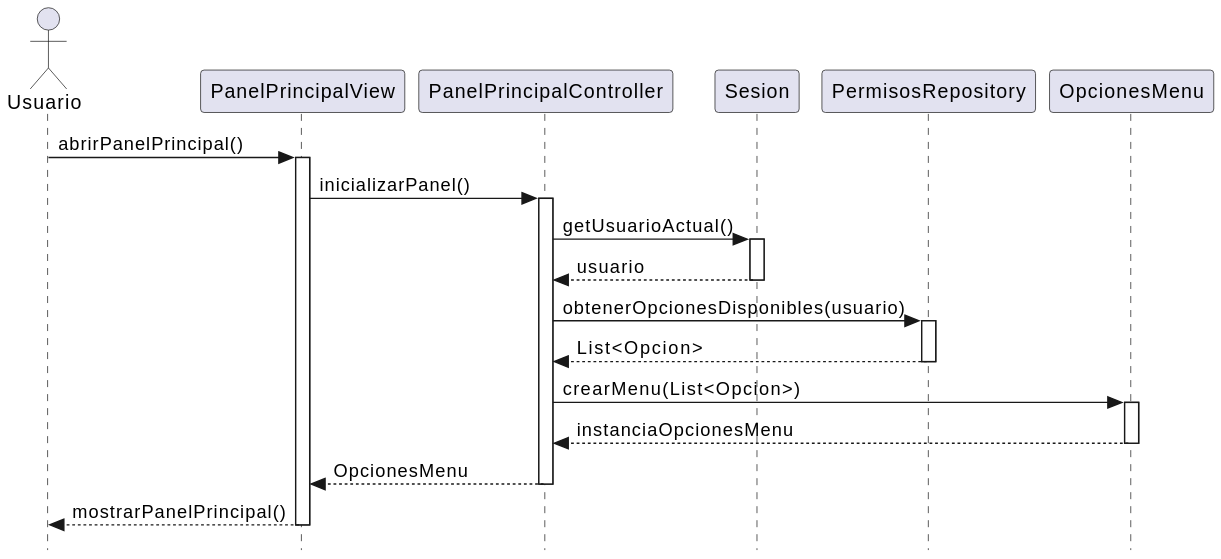
This is RUP/02-diseño/imagenes/abrirPanelPrincipal/abrirPanelPrincipal.svg from manuelmunoz8/25-26-idsw2-sdVC, a PlantUML export, as it was before one commit.
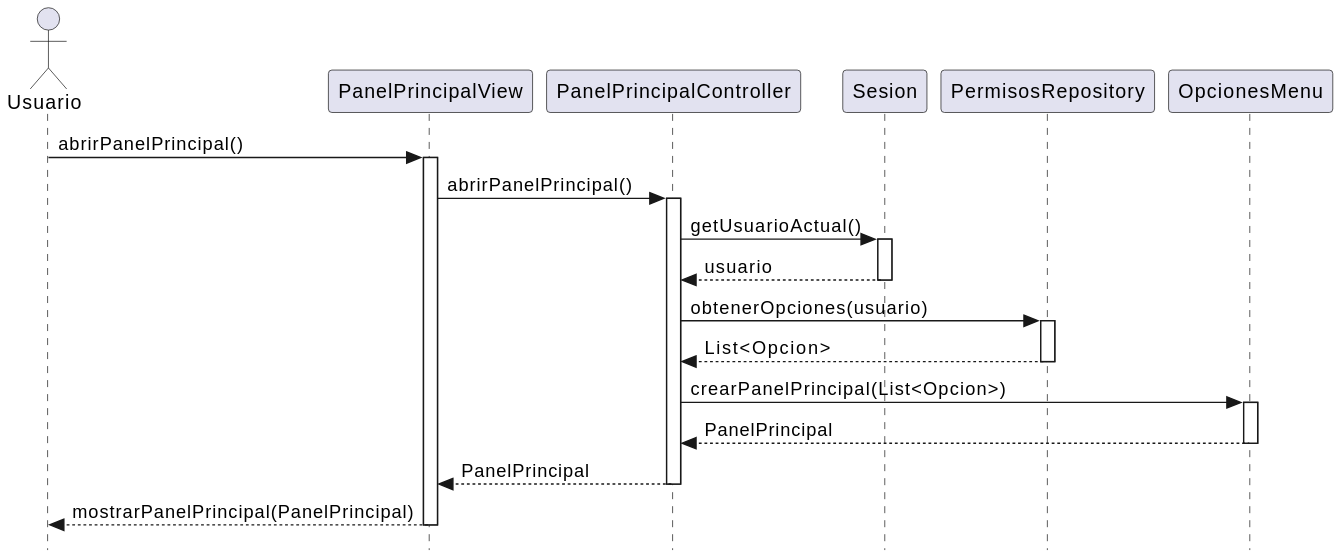
After the commit.

Diff of the diagram source:
```diff
@@ -10,22 +10,22 @@
 
 user -> view : abrirPanelPrincipal()
 activate view
-view -> controller : inicializarPanel()
+view -> controller : abrirPanelPrincipal()
 activate controller
 controller -> sesion : getUsuarioActual()
 activate sesion
 sesion --> controller : usuario
 deactivate sesion
-controller -> repo : obtenerOpcionesDisponibles(usuario)
+controller -> repo : obtenerOpciones(usuario)
 activate repo
 repo --> controller : List<Opcion>
 deactivate repo
-controller -> menu : crearMenu(List<Opcion>)
+controller -> menu : crearPanelPrincipal(List<Opcion>)
 activate menu
-menu --> controller : instanciaOpcionesMenu
+menu --> controller : PanelPrincipal
 deactivate menu
-controller --> view : OpcionesMenu
+controller --> view : PanelPrincipal
 deactivate controller
-view --> user : mostrarPanelPrincipal()
+view --> user : mostrarPanelPrincipal(PanelPrincipal)
 deactivate view
 @enduml
```
